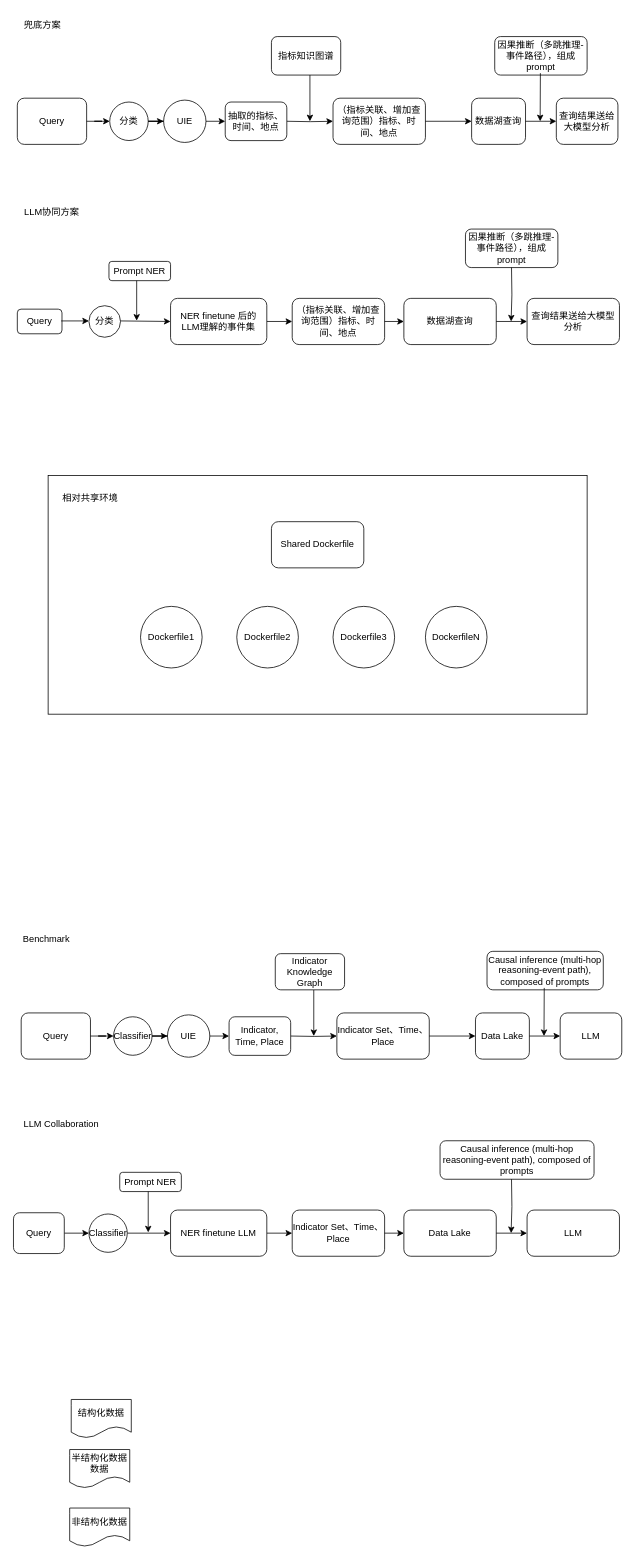
Earlier version of the draw.io diagram 未命名绘图.drawio (HanYang1385/Master-Thesis). Source tidied: cells renumbered, new cells numbered last; positions are measured from the earlier drawing's top-left corner, leaving out a move shared by most shapes. Both pictures are drawn from the tidied source at 77%, with x=0, y=0 at pixel (13, 13).
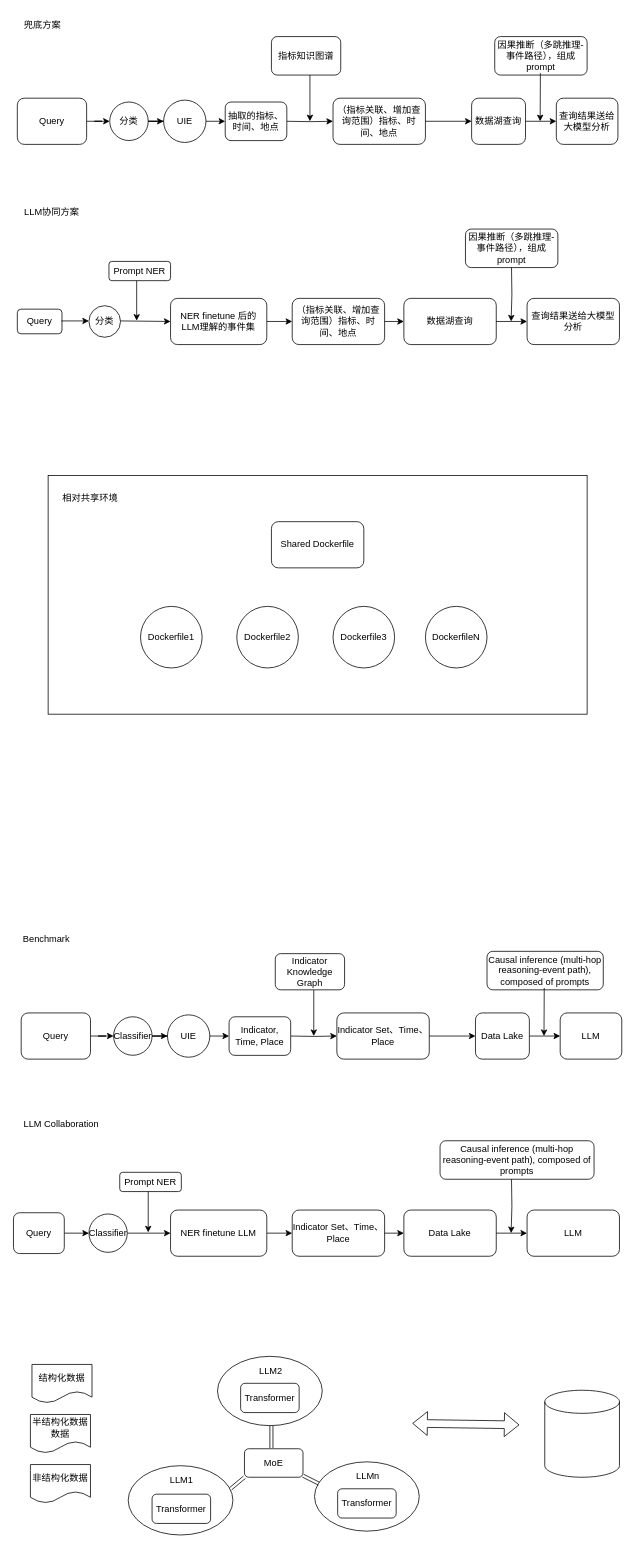
The same page after the edit.

Commit message:
更新未命名绘图.drawio

Change to the diagram source:
```diff
@@
+    <mxCell id="85" style="shape=cylinder3;whiteSpace=wrap;html=1;boundedLbl=1;backgroundOutline=1;size=15;" parent="1" vertex="1">
+      <mxGeometry x="690" y="1788" width="97" height="113" as="geometry" />
+    </mxCell>
+    <mxCell id="86" style="shape=flexArrow;endArrow=classic;startArrow=classic;html=1;rounded=0;" parent="1" edge="1">
+      <mxGeometry relative="1" as="geometry">
+        <mxPoint x="518" y="1831" as="sourcePoint" />
+        <mxPoint x="657" y="1833" as="targetPoint" />
+      </mxGeometry>
+    </mxCell>
+    <mxCell id="87" style="group;" parent="1" vertex="1">
+      <mxGeometry x="149" y="1744" width="378" height="232" as="geometry" />
+    </mxCell>
+    <mxCell id="88" value="MoE" style="rounded=1;whiteSpace=wrap;html=1;" parent="87" vertex="1">
+      <mxGeometry x="151" y="120" width="76" height="37" as="geometry" />
+    </mxCell>
+    <mxCell id="89" style="group;" parent="87" vertex="1">
+      <mxGeometry y="142" width="136" height="90" as="geometry" />
+    </mxCell>
+    <mxCell id="90" style="ellipse;whiteSpace=wrap;html=1;" parent="89" vertex="1">
+      <mxGeometry width="136" height="90" as="geometry" />
+    </mxCell>
+    <mxCell id="91" style="group;" parent="89" vertex="1">
+      <mxGeometry x="31" y="10" width="76" height="65" as="geometry" />
+    </mxCell>
+    <mxCell id="92" value="Transformer" style="rounded=1;whiteSpace=wrap;html=1;" parent="91" vertex="1">
+      <mxGeometry y="27" width="76" height="38" as="geometry" />
+    </mxCell>
+    <mxCell id="93" value="LLM1" style="text;html=1;strokeColor=none;fillColor=none;align=center;verticalAlign=middle;whiteSpace=wrap;rounded=0;" parent="91" vertex="1">
+      <mxGeometry x="14.5" width="47" height="17" as="geometry" />
+    </mxCell>
+    <mxCell id="94" style="group;" parent="87" vertex="1">
+      <mxGeometry x="242" y="137" width="136" height="90" as="geometry" />
+    </mxCell>
+    <mxCell id="95" style="ellipse;whiteSpace=wrap;html=1;" parent="94" vertex="1">
+      <mxGeometry width="136" height="90" as="geometry" />
+    </mxCell>
+    <mxCell id="96" value="Transformer" style="rounded=1;whiteSpace=wrap;html=1;" parent="94" vertex="1">
+      <mxGeometry x="30" y="35" width="76" height="38" as="geometry" />
+    </mxCell>
+    <mxCell id="97" value="LLMn" style="text;html=1;strokeColor=none;fillColor=none;align=center;verticalAlign=middle;whiteSpace=wrap;rounded=0;" parent="94" vertex="1">
+      <mxGeometry x="45.5" y="10" width="47" height="17" as="geometry" />
+    </mxCell>
+    <mxCell id="98" style="shape=link;html=1;rounded=0;entryX=0.042;entryY=0.315;entryDx=0;entryDy=0;entryPerimeter=0;" parent="87" edge="1" target="95">
+      <mxGeometry relative="1" as="geometry">
+        <mxPoint x="227" y="155" as="sourcePoint" />
+      </mxGeometry>
+    </mxCell>
+    <mxCell id="99" style="shape=link;html=1;rounded=0;entryX=0.978;entryY=0.333;entryDx=0;entryDy=0;entryPerimeter=0;exitX=0;exitY=1;exitDx=0;exitDy=0;" parent="87" edge="1" source="88" target="90">
+      <mxGeometry relative="1" as="geometry" />
+    </mxCell>
+    <mxCell id="100" style="group;" parent="87" vertex="1">
+      <mxGeometry x="116" width="136" height="90" as="geometry" />
+    </mxCell>
+    <mxCell id="101" style="ellipse;whiteSpace=wrap;html=1;" parent="100" vertex="1">
+      <mxGeometry width="136" height="90" as="geometry" />
+    </mxCell>
+    <mxCell id="102" value="Transformer" style="rounded=1;whiteSpace=wrap;html=1;" parent="100" vertex="1">
+      <mxGeometry x="30" y="35" width="76" height="38" as="geometry" />
+    </mxCell>
+    <mxCell id="103" value="LLM2" style="text;html=1;strokeColor=none;fillColor=none;align=center;verticalAlign=middle;whiteSpace=wrap;rounded=0;" parent="100" vertex="1">
+      <mxGeometry x="45.5" y="10" width="47" height="17" as="geometry" />
+    </mxCell>
+    <mxCell id="104" style="shape=link;html=1;rounded=0;" parent="87" edge="1">
+      <mxGeometry relative="1" as="geometry">
+        <mxPoint x="186" y="119" as="sourcePoint" />
+        <mxPoint x="186" y="90" as="targetPoint" />
+      </mxGeometry>
+    </mxCell>
+    <mxCell id="105" style="group;" parent="1" vertex="1">
+      <mxGeometry x="22" y="1754.5" width="80" height="180" as="geometry" />
+    </mxCell>
-    <mxCell id="82" value="结构化数据" style="shape=document;whiteSpace=wrap;html=1;boundedLbl=1;" parent="1" vertex="1">
-      <mxGeometry x="75" y="1800" width="78" height="50" as="geometry" />
+    <mxCell id="82" value="结构化数据" style="shape=document;whiteSpace=wrap;html=1;boundedLbl=1;" parent="105" vertex="1">
+      <mxGeometry x="2" width="78" height="50" as="geometry" />
     </mxCell>
-    <mxCell id="83" value="半结构化数据数据" style="shape=document;whiteSpace=wrap;html=1;boundedLbl=1;" parent="1" vertex="1">
-      <mxGeometry x="73" y="1865" width="78" height="50" as="geometry" />
+    <mxCell id="83" value="半结构化数据数据" style="shape=document;whiteSpace=wrap;html=1;boundedLbl=1;" parent="105" vertex="1">
+      <mxGeometry y="65" width="78" height="50" as="geometry" />
     </mxCell>
-    <mxCell id="84" value="非结构化数据" style="shape=document;whiteSpace=wrap;html=1;boundedLbl=1;" parent="1" vertex="1">
-      <mxGeometry x="73" y="1941" width="78" height="50" as="geometry" />
+    <mxCell id="84" value="非结构化数据" style="shape=document;whiteSpace=wrap;html=1;boundedLbl=1;" parent="105" vertex="1">
+      <mxGeometry y="130" width="78" height="50" as="geometry" />
     </mxCell>
```
